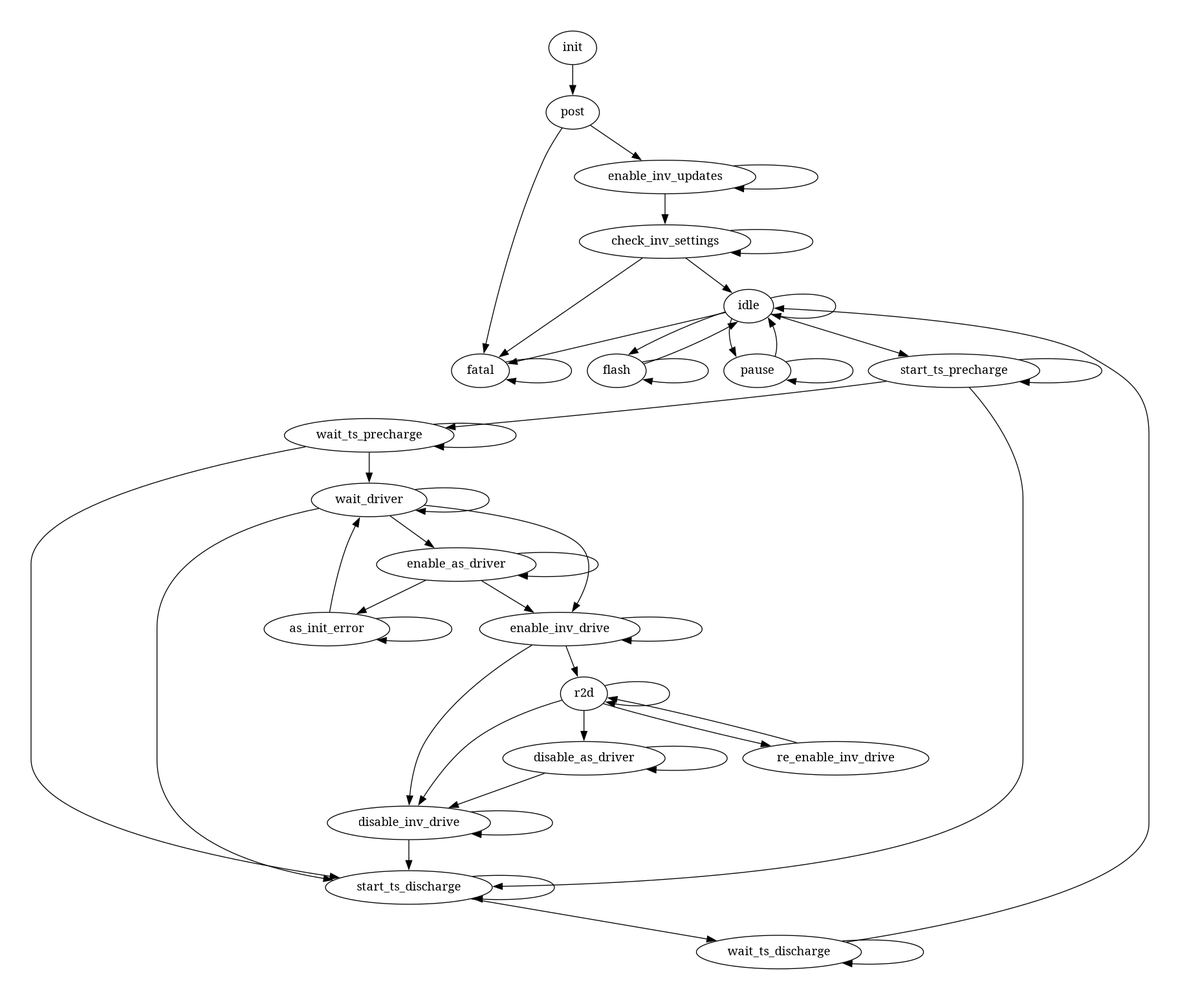
Before: Docs/fsm.png, a diagram exported from Graphviz (eagletrt/ecu-sw). Its source is kept beside it as Docs/fsm.dot.
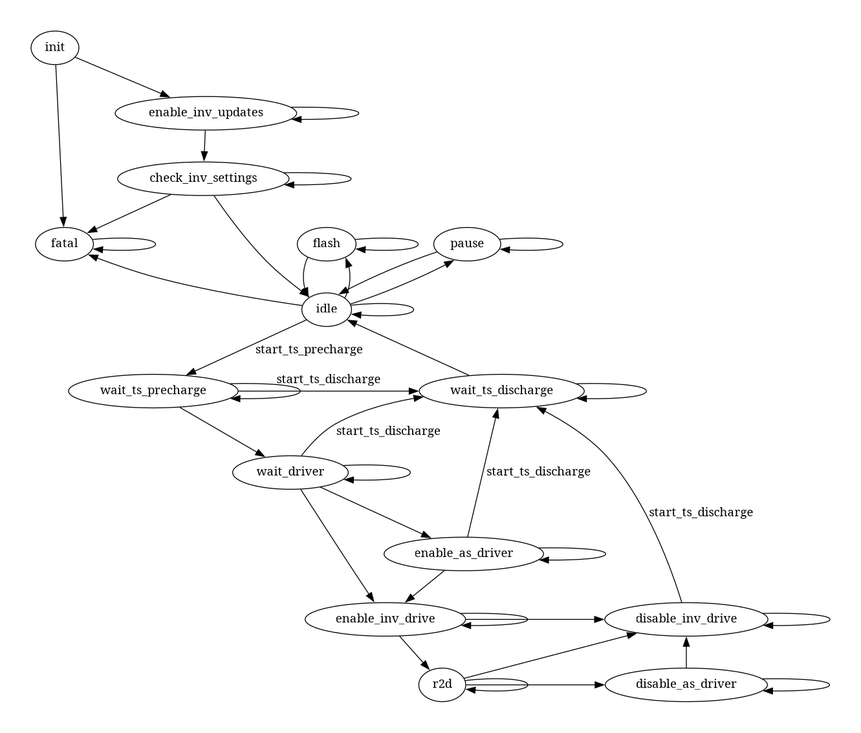
After the commit.

What changed in the source:
```diff
@@ -4,42 +4,39 @@
     margin=0
     layout=dot
 
-    init
-    post // check communication with other boards and configs
+    init // implements also post (power on self test) to check communication with other boards and configs
     flash // flash new code or abort and go back to idle
-    pause // change new params that has to be checked in init or abort and go back to idle
-    fatal
+    pause // change params for current or next execution or abort and go back to idle
+    fatal // a fatal error that cannot be handled
 
     enable_inv_updates
     check_inv_settings
 
-    idle
+    idle // a non critical state
 
-    start_ts_precharge
-    wait_ts_precharge
-
-    disable_inv_drive
-    start_ts_discharge
+    wait_ts_precharge // reachable after a start_ts_precahrge transition function
 
     wait_driver // if manual, need to check basic conditions such as brake pedal
 
-    enable_as_driver
-    disable_as_driver // again, go in this state only if a parameter is set or by compiling flag
-    as_init_error // an error in initialization in as should allow to drive in manual mode
+    enable_as_driver // similar to init, might require to make some checks and wait for some peripherals
+    disable_as_driver // again, go in this state only if a parameter is set or by directives
 
     enable_inv_drive
+    disable_inv_drive
 
     r2d // manual or automatic, from here the car is drivable
 
-    re_enable_inv_drive
 
 
+    { rank=source;init; }
+    { rank=same;fatal;flash;pause }
+    { rank=same;wait_ts_discharge;wait_ts_precharge; }
+    { rank=same;enable_inv_drive;disable_inv_drive; }
+    { rank=sink;r2d;disable_as_driver; }
 
 
-    init -> post
-
-    post -> enable_inv_updates
-    post -> fatal
+    init -> enable_inv_updates
+    init -> fatal
 
     enable_inv_updates -> enable_inv_updates
     enable_inv_updates -> check_inv_settings
@@ -54,7 +51,7 @@
     idle -> flash
     idle -> pause
     idle -> fatal
-    idle -> start_ts_precharge
+    idle -> wait_ts_precharge [label="start_ts_precharge"]
 
     pause -> pause
     pause -> idle
@@ -62,25 +59,18 @@
     flash -> flash
     flash -> idle
 
-    start_ts_precharge -> start_ts_precharge
-    start_ts_precharge -> wait_ts_precharge
-    start_ts_precharge -> start_ts_discharge
-
     wait_ts_precharge -> wait_ts_precharge
     wait_ts_precharge -> wait_driver
-    wait_ts_precharge -> start_ts_discharge
+    wait_ts_precharge -> wait_ts_discharge [label="start_ts_discharge"]
 
     wait_driver -> wait_driver
     wait_driver -> enable_inv_drive
-    wait_driver -> start_ts_discharge
+    wait_driver -> wait_ts_discharge [label="start_ts_discharge"]
     wait_driver -> enable_as_driver
 
     enable_as_driver -> enable_as_driver
     enable_as_driver -> enable_inv_drive
-    enable_as_driver -> as_init_error
-
-    as_init_error -> as_init_error
-    as_init_error -> wait_driver
+    enable_as_driver -> wait_ts_discharge [label="start_ts_discharge"]
 
     enable_inv_drive -> enable_inv_drive
     enable_inv_drive -> r2d
@@ -89,18 +79,12 @@
     r2d -> r2d
     r2d -> disable_as_driver
     r2d -> disable_inv_drive
-    r2d -> re_enable_inv_drive
-
-    re_enable_inv_drive -> r2d
 
     disable_as_driver -> disable_as_driver
     disable_as_driver -> disable_inv_drive
 
     disable_inv_drive -> disable_inv_drive
-    disable_inv_drive -> start_ts_discharge
-
-    start_ts_discharge -> start_ts_discharge
-    start_ts_discharge -> wait_ts_discharge
+    disable_inv_drive -> wait_ts_discharge [label="start_ts_discharge"]
 
     wait_ts_discharge -> wait_ts_discharge
     wait_ts_discharge -> idle
```
